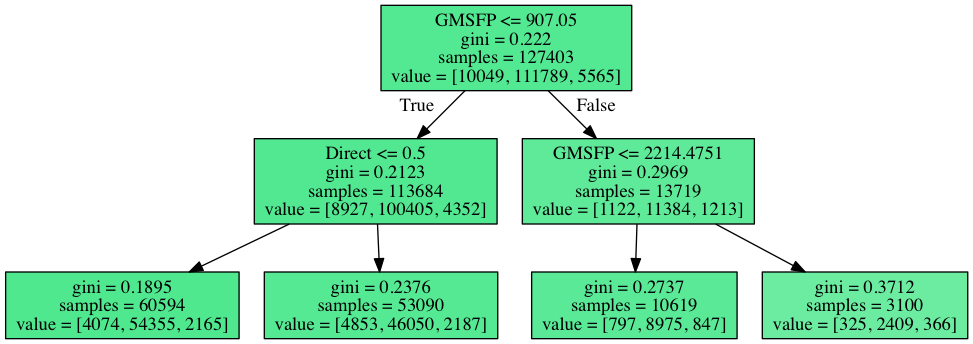
This is final-project/1/tree.png from ishi1987/DS-SF-36, a Graphviz export, as it was before one commit. Its source is kept beside it as final-project/1/tree.dot. The source it was exported from:
```dot
digraph Tree {
node [shape=box, style="filled", color="black"] ;
0 [label="GMSFP <= 907.05\ngini = 0.222\nsamples = 127403\nvalue = [10049, 111789, 5565]", fillcolor="#39e581dd"] ;
1 [label="Direct <= 0.5\ngini = 0.2123\nsamples = 113684\nvalue = [8927, 100405, 4352]", fillcolor="#39e581df"] ;
0 -> 1 [labeldistance=2.5, labelangle=45, headlabel="True"] ;
2 [label="gini = 0.1895\nsamples = 60594\nvalue = [4074, 54355, 2165]", fillcolor="#39e581e3"] ;
1 -> 2 ;
3 [label="gini = 0.2376\nsamples = 53090\nvalue = [4853, 46050, 2187]", fillcolor="#39e581da"] ;
1 -> 3 ;
4 [label="GMSFP <= 2214.4751\ngini = 0.2969\nsamples = 13719\nvalue = [1122, 11384, 1213]", fillcolor="#39e581cf"] ;
0 -> 4 [labeldistance=2.5, labelangle=-45, headlabel="False"] ;
5 [label="gini = 0.2737\nsamples = 10619\nvalue = [797, 8975, 847]", fillcolor="#39e581d4"] ;
4 -> 5 ;
6 [label="gini = 0.3712\nsamples = 3100\nvalue = [325, 2409, 366]", fillcolor="#39e581bf"] ;
4 -> 6 ;
}
```
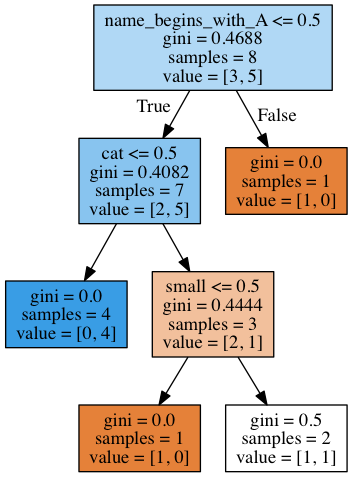
Above is the later version.

The edit, as a diff of the source:
```diff
@@ -1,16 +1,16 @@
 digraph Tree {
 node [shape=box, style="filled", color="black"] ;
-0 [label="GMSFP <= 907.05\ngini = 0.222\nsamples = 127403\nvalue = [10049, 111789, 5565]", fillcolor="#39e581dd"] ;
-1 [label="Direct <= 0.5\ngini = 0.2123\nsamples = 113684\nvalue = [8927, 100405, 4352]", fillcolor="#39e581df"] ;
+0 [label="name_begins_with_A <= 0.5\ngini = 0.4688\nsamples = 8\nvalue = [3, 5]", fillcolor="#399de566"] ;
+1 [label="cat <= 0.5\ngini = 0.4082\nsamples = 7\nvalue = [2, 5]", fillcolor="#399de599"] ;
 0 -> 1 [labeldistance=2.5, labelangle=45, headlabel="True"] ;
-2 [label="gini = 0.1895\nsamples = 60594\nvalue = [4074, 54355, 2165]", fillcolor="#39e581e3"] ;
+2 [label="gini = 0.0\nsamples = 4\nvalue = [0, 4]", fillcolor="#399de5ff"] ;
 1 -> 2 ;
-3 [label="gini = 0.2376\nsamples = 53090\nvalue = [4853, 46050, 2187]", fillcolor="#39e581da"] ;
+3 [label="small <= 0.5\ngini = 0.4444\nsamples = 3\nvalue = [2, 1]", fillcolor="#e581397f"] ;
 1 -> 3 ;
-4 [label="GMSFP <= 2214.4751\ngini = 0.2969\nsamples = 13719\nvalue = [1122, 11384, 1213]", fillcolor="#39e581cf"] ;
-0 -> 4 [labeldistance=2.5, labelangle=-45, headlabel="False"] ;
-5 [label="gini = 0.2737\nsamples = 10619\nvalue = [797, 8975, 847]", fillcolor="#39e581d4"] ;
-4 -> 5 ;
-6 [label="gini = 0.3712\nsamples = 3100\nvalue = [325, 2409, 366]", fillcolor="#39e581bf"] ;
-4 -> 6 ;
+4 [label="gini = 0.0\nsamples = 1\nvalue = [1, 0]", fillcolor="#e58139ff"] ;
+3 -> 4 ;
+5 [label="gini = 0.5\nsamples = 2\nvalue = [1, 1]", fillcolor="#e5813900"] ;
+3 -> 5 ;
+6 [label="gini = 0.0\nsamples = 1\nvalue = [1, 0]", fillcolor="#e58139ff"] ;
+0 -> 6 [labeldistance=2.5, labelangle=-45, headlabel="False"] ;
 }
```
